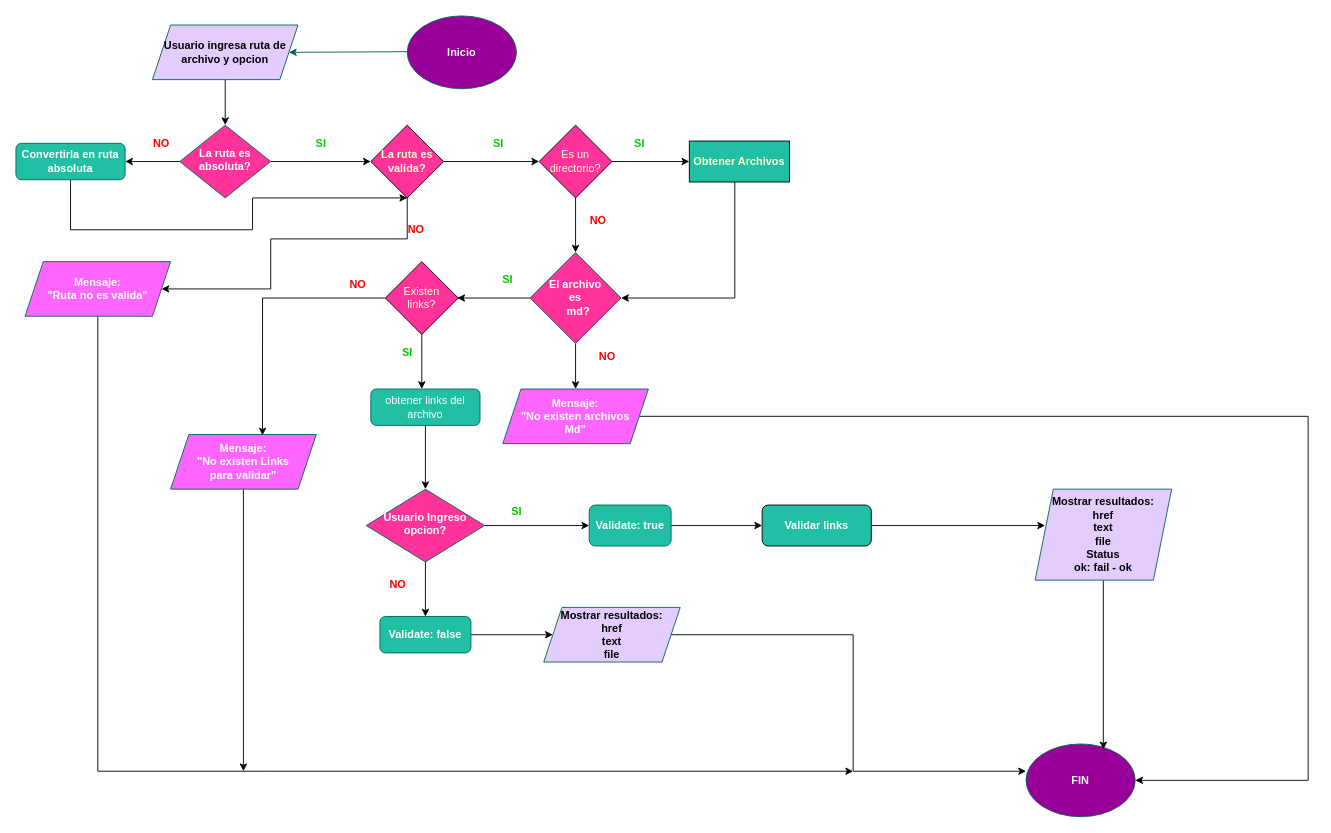
Above: md-linksproject.drawio in StefanieAviles/LIM17-md-links (draw.io), before the change. Source tidied: cells renumbered, new cells numbered last; positions are measured from the earlier drawing's top-left corner, leaving out a move shared by most shapes. Both pictures are drawn from the tidied source at 91%, with x=0, y=0 at pixel (15, 15).
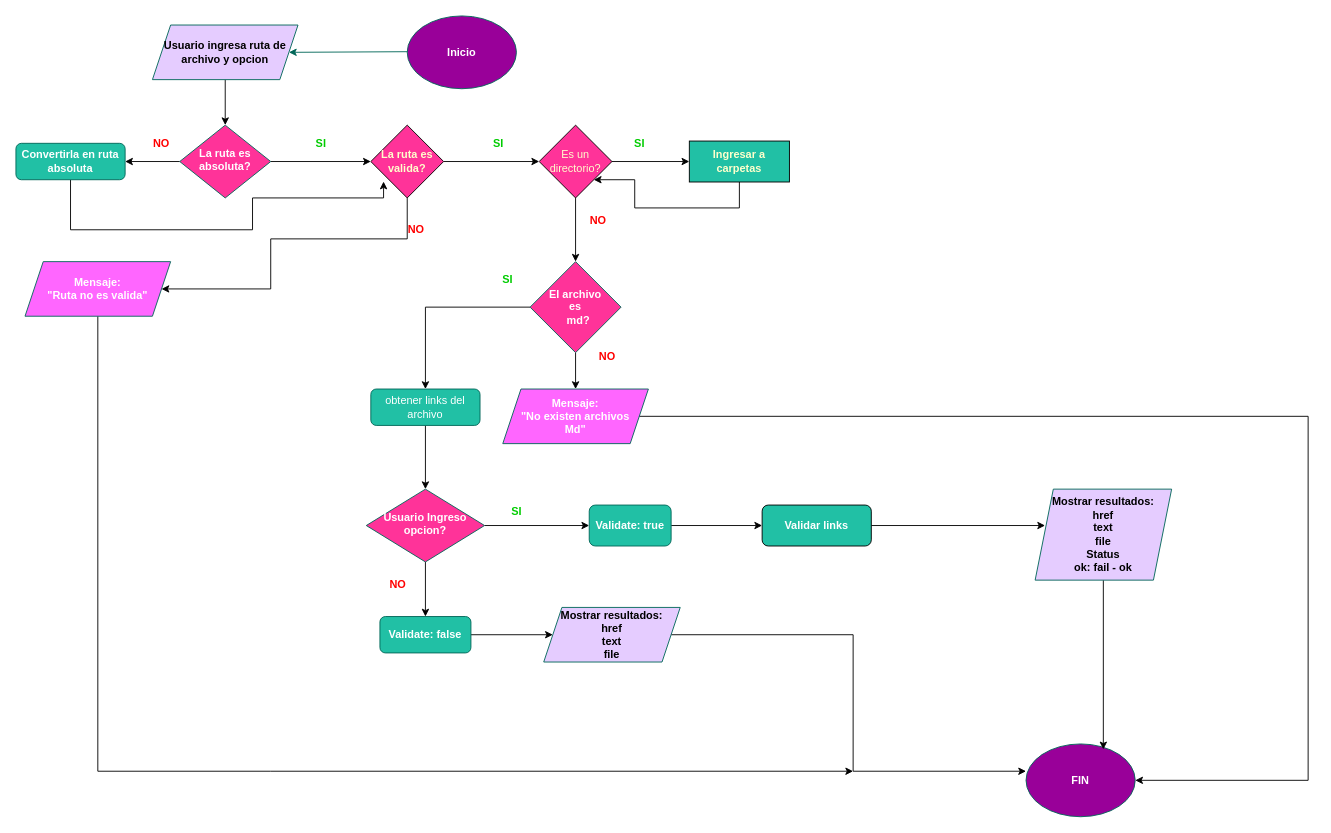
After the change.

The change refers to these unchanged cells:
```xml
<mxCell id="6" value="Convertirla en ruta absoluta" style="rounded=1;whiteSpace=wrap;html=1;fontSize=12;glass=0;strokeWidth=1;shadow=0;fillColor=#21C0A5;strokeColor=#006658;fontColor=#FFFFFF;fontStyle=1;" parent="1" vertex="1">
  <mxGeometry y="140" width="120" height="40" as="geometry" />
</mxCell>
<mxCell id="25" value="&lt;b&gt;&lt;font color=&quot;#ffffcc&quot;&gt;La ruta es valida?&lt;/font&gt;&lt;/b&gt;" style="rhombus;whiteSpace=wrap;html=1;fillColor=#FF3399;" parent="1" vertex="1">
  <mxGeometry x="390" y="120" width="80" height="80" as="geometry" />
</mxCell>
<mxCell id="28" value="&lt;font color=&quot;#ffffcc&quot;&gt;Es un directorio?&lt;/font&gt;" style="rhombus;whiteSpace=wrap;html=1;fillColor=#FF3399;" parent="1" vertex="1">
  <mxGeometry x="575" y="120" width="80" height="80" as="geometry" />
</mxCell>
<mxCell id="42" value="obtener links del archivo" style="rounded=1;whiteSpace=wrap;html=1;fontSize=12;glass=0;strokeWidth=1;shadow=0;fillColor=#21C0A5;strokeColor=#006658;fontColor=#FFFFFF;" parent="1" vertex="1">
  <mxGeometry x="390" y="410" width="120" height="40" as="geometry" />
</mxCell>
```

What changed in the source:
```diff
@@
-    <mxCell id="5" style="edgeStyle=orthogonalEdgeStyle;rounded=0;jettySize=auto;html=1;entryX=0.5;entryY=1;entryDx=0;entryDy=0;" parent="1" edge="1" source="6" target="25">
+    <mxCell id="5" style="edgeStyle=orthogonalEdgeStyle;rounded=0;jettySize=auto;html=1;entryX=0.175;entryY=0.775;entryDx=0;entryDy=0;entryPerimeter=0;" parent="1" edge="1" source="6" target="25">
       <mxGeometry relative="1" as="geometry">
         <Array as="points">
           <mxPoint x="60" y="235" />
           <mxPoint x="260" y="235" />
           <mxPoint x="260" y="200" />
+          <mxPoint x="404" y="200" />
         </Array>
       </mxGeometry>
     </mxCell>
@@
-    <mxCell id="19" value="&lt;font color=&quot;#00cc00&quot;&gt;SI&lt;/font&gt;" style="text;html=1;align=center;verticalAlign=middle;strokeColor=none;fillColor=none;fontColor=#5C5C5C;fontStyle=1;" parent="1" vertex="1">
-      <mxGeometry x="415" y="360" width="30" height="20" as="geometry" />
-    </mxCell>
@@
-    <mxCell id="31" style="edgeStyle=orthogonalEdgeStyle;rounded=0;jettySize=auto;html=1;entryX=1;entryY=0.5;entryDx=0;entryDy=0;" parent="1" edge="1" source="32" target="35">
-      <mxGeometry relative="1" as="geometry">
-        <Array as="points">
-          <mxPoint x="790" y="310" />
-        </Array>
-      </mxGeometry>
-    </mxCell>
+    <mxCell id="59" style="edgeStyle=orthogonalEdgeStyle;rounded=0;jettySize=auto;html=1;entryX=1;entryY=1;entryDx=0;entryDy=0;" parent="1" edge="1" source="32" target="28">
+      <mxGeometry relative="1" as="geometry">
+        <Array as="points">
+          <mxPoint x="795" y="211" />
+          <mxPoint x="680" y="211" />
+          <mxPoint x="680" y="180" />
+        </Array>
+      </mxGeometry>
+    </mxCell>
-    <mxCell id="32" value="&lt;font color=&quot;#ffffcc&quot;&gt;&lt;b&gt;Obtener Archivos&lt;/b&gt;&lt;/font&gt;" style="rounded=0;whiteSpace=wrap;html=1;fillColor=#21C0A5;" parent="1" vertex="1">
+    <mxCell id="32" value="&lt;font color=&quot;#ffffcc&quot;&gt;&lt;b&gt;Ingresar a carpetas&lt;/b&gt;&lt;/font&gt;" style="rounded=0;whiteSpace=wrap;html=1;fillColor=#21C0A5;" parent="1" vertex="1">
       <mxGeometry x="740" y="137.5" width="110" height="45" as="geometry" />
     </mxCell>
-    <mxCell id="33" style="edgeStyle=orthogonalEdgeStyle;rounded=0;jettySize=auto;html=1;exitX=0;exitY=0.5;exitDx=0;exitDy=0;entryX=1;entryY=0.5;entryDx=0;entryDy=0;" parent="1" edge="1" source="35">
-      <mxGeometry relative="1" as="geometry">
-        <mxPoint x="485" y="310" as="targetPoint" />
-      </mxGeometry>
+    <mxCell id="33" style="edgeStyle=orthogonalEdgeStyle;rounded=0;jettySize=auto;html=1;exitX=0;exitY=0.5;exitDx=0;exitDy=0;entryX=0.5;entryY=0;entryDx=0;entryDy=0;" parent="1" edge="1" source="35" target="42">
+      <mxGeometry relative="1" as="geometry" />
     </mxCell>
@@
     <mxCell id="35" value="El archivo &lt;br&gt;es&lt;br&gt;&amp;nbsp; md?" style="rhombus;whiteSpace=wrap;html=1;fillColor=#FF3399;strokeColor=#006658;fontColor=#FFFFFF;fontStyle=1;" parent="1" vertex="1">
-      <mxGeometry x="565" y="260" width="100" height="100" as="geometry" />
+      <mxGeometry x="565" y="270" width="100" height="100" as="geometry" />
     </mxCell>
@@
-    <mxCell id="43" style="edgeStyle=orthogonalEdgeStyle;rounded=0;jettySize=auto;html=1;" parent="1" edge="1" source="45">
-      <mxGeometry relative="1" as="geometry">
-        <mxPoint x="446" y="410" as="targetPoint" />
-      </mxGeometry>
-    </mxCell>
-    <mxCell id="44" style="edgeStyle=orthogonalEdgeStyle;rounded=0;jettySize=auto;html=1;entryX=0.631;entryY=0.017;entryDx=0;entryDy=0;entryPerimeter=0;" parent="1" edge="1" source="45" target="57">
-      <mxGeometry relative="1" as="geometry" />
-    </mxCell>
-    <mxCell id="45" value="&lt;font color=&quot;#ffffcc&quot;&gt;Existen&lt;br&gt;links?&lt;/font&gt;" style="rhombus;whiteSpace=wrap;html=1;fillColor=#FF3399;" parent="1" vertex="1">
-      <mxGeometry x="406" y="270" width="80" height="80" as="geometry" />
-    </mxCell>
@@
-    <mxCell id="56" style="edgeStyle=orthogonalEdgeStyle;rounded=0;jettySize=auto;html=1;" parent="1" edge="1" source="57">
-      <mxGeometry relative="1" as="geometry">
-        <mxPoint x="250" y="830" as="targetPoint" />
-      </mxGeometry>
-    </mxCell>
-    <mxCell id="57" value="Mensaje:&lt;br&gt;&quot;No existen Links&lt;br&gt;para validar&quot;" style="shape=parallelogram;perimeter=parallelogramPerimeter;whiteSpace=wrap;html=1;fixedSize=1;fillColor=#FF66FF;strokeColor=#006658;fontColor=#FFFFFF;fontStyle=1;" parent="1" vertex="1">
-      <mxGeometry x="170" y="460" width="160" height="60" as="geometry" />
-    </mxCell>
-    <mxCell id="58" value="&lt;font color=&quot;#ff0000&quot;&gt;NO&lt;/font&gt;" style="text;html=1;strokeColor=none;fillColor=none;align=center;verticalAlign=middle;whiteSpace=wrap;rounded=0;fontColor=#5C5C5C;fontStyle=1;" parent="1" vertex="1">
-      <mxGeometry x="346" y="280" width="60" height="30" as="geometry" />
-    </mxCell>
```
